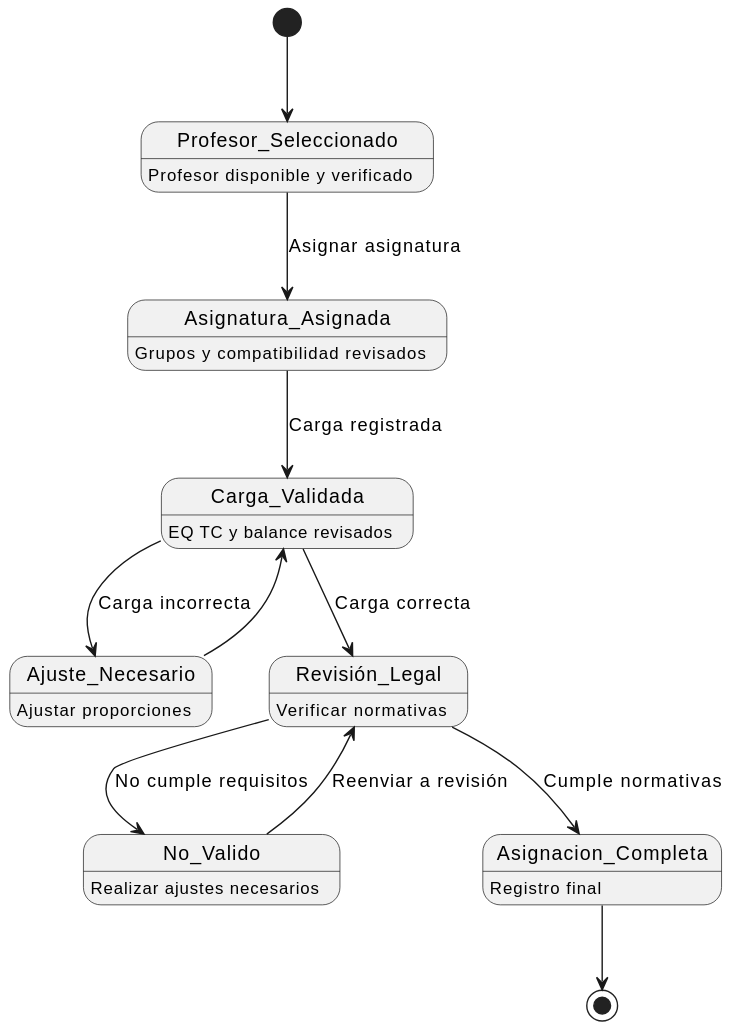
This is images/modelosUML/MdD/diagramaDeEstados1.svg from mmasias/24-25-IdSw1-SDR, a PlantUML export, as it was before one commit.
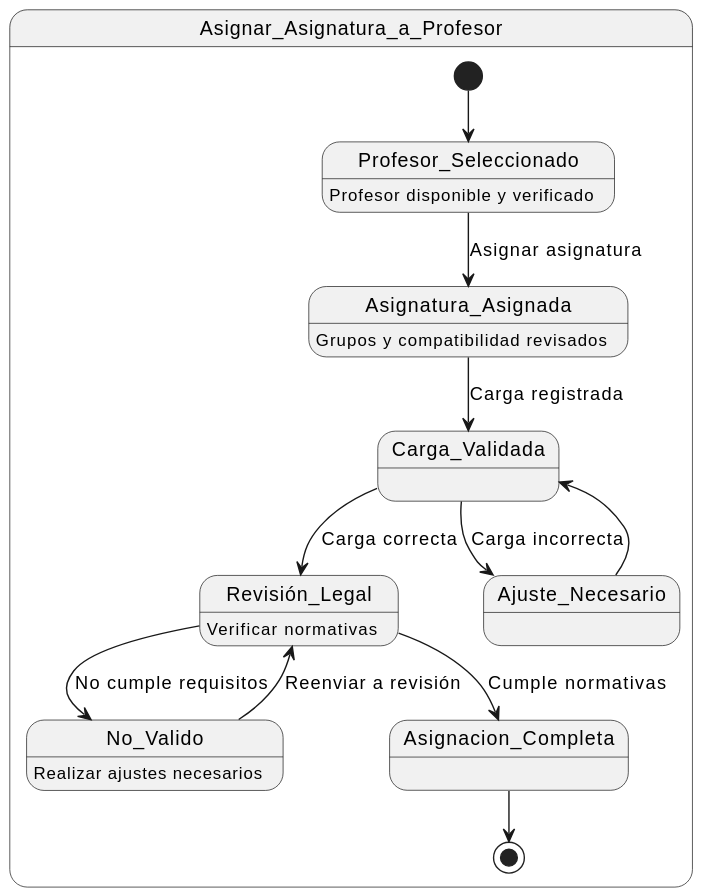
Above is the later version.

Commit message:
Actualizar diagramas de estados: mejorar la estructura y claridad de los estados y transiciones

What changed in the source:
```diff
@@ -1,47 +1,38 @@
 @startuml
-[*] --> Profesor_Seleccionado
+state Asignar_Asignatura_a_Profesor {
 
-state Profesor_Seleccionado {
-    Profesor_Seleccionado: Profesor disponible y verificado
+    [*] --> Profesor_Seleccionado
+
+    state Profesor_Seleccionado {
+        Profesor_Seleccionado: Profesor disponible y verificado
+    }
+
+    Profesor_Seleccionado --> Asignatura_Asignada: Asignar asignatura
+
+    state Asignatura_Asignada {
+        Asignatura_Asignada: Grupos y compatibilidad revisados
+    }
+
+    Asignatura_Asignada --> Carga_Validada: Carga registrada
+
+    Carga_Validada --> Ajuste_Necesario: Carga incorrecta
+    Carga_Validada --> Revisión_Legal: Carga correcta
+
+    Ajuste_Necesario --> Carga_Validada
+
+    state Revisión_Legal {
+        Revisión_Legal: Verificar normativas
+    }
+
+    Revisión_Legal --> No_Valido: No cumple requisitos
+    Revisión_Legal --> Asignacion_Completa: Cumple normativas
+
+    state No_Valido {
+        No_Valido: Realizar ajustes necesarios
+    }
+
+    No_Valido --> Revisión_Legal: Reenviar a revisión
+
+    Asignacion_Completa --> [*]
 }
-
-Profesor_Seleccionado --> Asignatura_Asignada: Asignar asignatura
-
-state Asignatura_Asignada {
-    Asignatura_Asignada: Grupos y compatibilidad revisados
-}
-
-Asignatura_Asignada --> Carga_Validada: Carga registrada
-
-state Carga_Validada {
-    Carga_Validada: EQ TC y balance revisados
-}
-
-Carga_Validada --> Ajuste_Necesario: Carga incorrecta
-Carga_Validada --> Revisión_Legal: Carga correcta
-
-state Ajuste_Necesario {
-    Ajuste_Necesario: Ajustar proporciones
-}
-
-Ajuste_Necesario --> Carga_Validada
-
-state Revisión_Legal {
-    Revisión_Legal: Verificar normativas
-}
-
-Revisión_Legal --> No_Valido: No cumple requisitos
-Revisión_Legal --> Asignacion_Completa: Cumple normativas
-
-state No_Valido {
-    No_Valido: Realizar ajustes necesarios
-}
-
-No_Valido --> Revisión_Legal: Reenviar a revisión
-
-state Asignacion_Completa {
-    Asignacion_Completa: Registro final
-}
-
-Asignacion_Completa --> [*]
 @enduml
```
